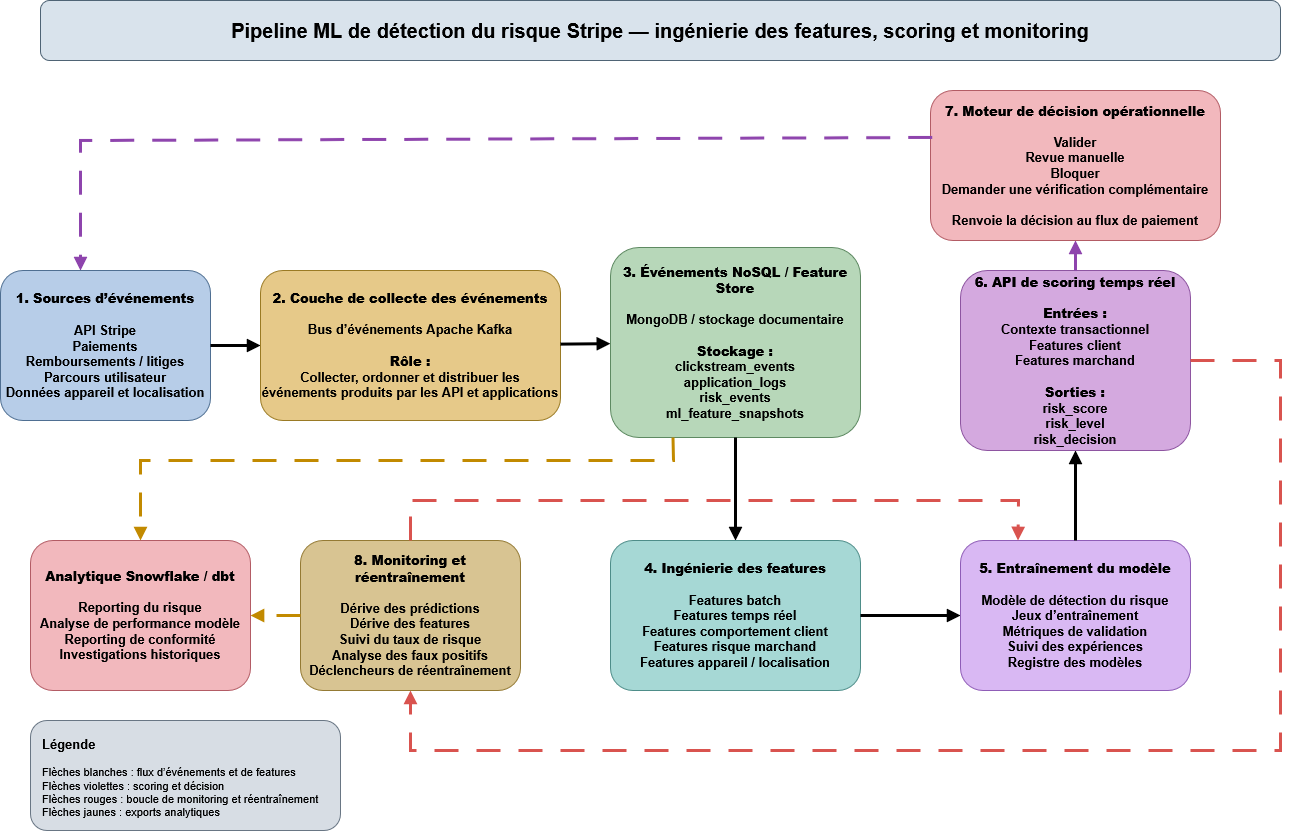
mathiascolson/AIA-Bloc-2_Stripe keeps this draw.io diagram as diagrams/07_ml_pipeline.png. Above is the earlier version. Source tidied: cells renumbered, new cells last; positions are measured from the earlier drawing's top-left corner, leaving out a move shared by most shapes.
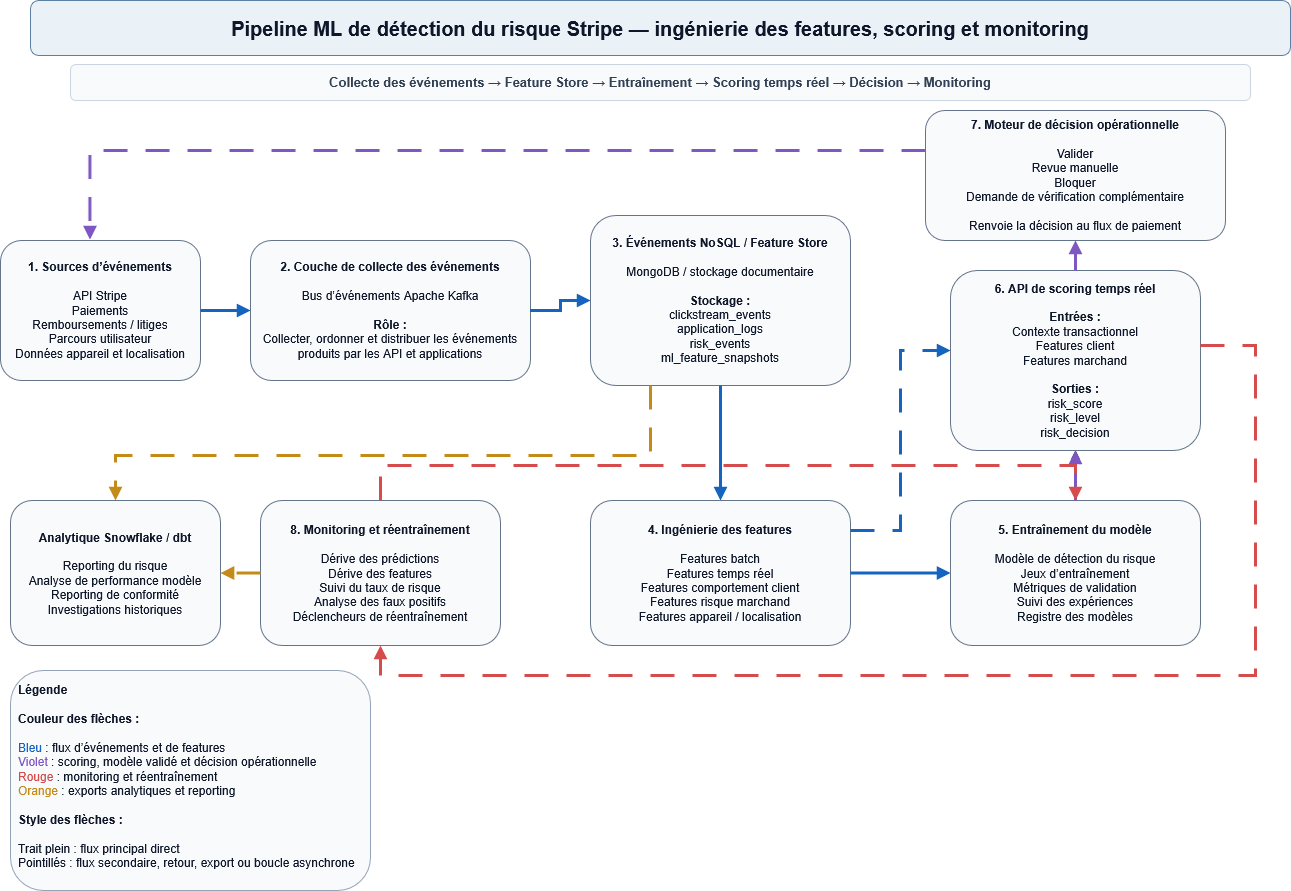
After the commit.

Commit message:
changements dans diagramme ML

Change to the diagram source:
```diff
@@ -1,93 +1,106 @@
-<mxGraphModel>
+<mxGraphModel background="#FFFFFF">
   <root>
     <mxCell id="0" />
     <mxCell id="1" parent="0" />
-    <mxCell id="2" value="Pipeline ML de détection du risque Stripe — ingénierie des features, scoring et monitoring" style="rounded=1;whiteSpace=wrap;html=1;fillColor=#d9e3ec;strokeColor=#4f6475;fontSize=20;fontStyle=1;align=center;verticalAlign=middle;" parent="1" vertex="1">
-      <mxGeometry x="40" width="1240" height="60" as="geometry" />
+    <mxCell id="2" value="Pipeline ML de détection du risque Stripe — ingénierie des features, scoring et monitoring" style="rounded=1;whiteSpace=wrap;html=1;fillColor=#EAF2F8;strokeColor=#5D7FA3;fontColor=#0F172A;fontSize=20;fontStyle=1;align=center;verticalAlign=middle;" parent="1" vertex="1">
+      <mxGeometry x="30" width="1260" height="55" as="geometry" />
     </mxCell>
+    <mxCell id="24" value="Collecte des événements → Feature Store → Entraînement → Scoring temps réel → Décision → Monitoring" style="rounded=1;whiteSpace=wrap;html=1;fillColor=#F8FAFC;strokeColor=#CBD5E1;fontColor=#334155;fontSize=13;fontStyle=1;align=center;verticalAlign=middle;" parent="1" vertex="1">
+      <mxGeometry x="70" y="64" width="1180" height="36" as="geometry" />
+    </mxCell>
-    <mxCell id="3" value="&lt;div&gt;&lt;b&gt;1. Sources d’événements&lt;/b&gt;&lt;/div&gt;&lt;div&gt;&lt;b&gt;&lt;br&gt;&lt;/b&gt;&lt;/div&gt;&lt;span&gt;API Stripe&lt;/span&gt;&lt;br&gt;&lt;span&gt;Paiements&lt;/span&gt;&lt;br&gt;&lt;span&gt;Remboursements / litiges&lt;/span&gt;&lt;br&gt;&lt;span&gt;Parcours utilisateur&lt;/span&gt;&lt;br&gt;&lt;span&gt;Données appareil et localisation&lt;/span&gt;" style="rounded=1;whiteSpace=wrap;html=1;fillColor=#b7cde8;strokeColor=#4f6f92;fontSize=13;fontStyle=1;align=center;verticalAlign=middle;" parent="1" vertex="1">
-      <mxGeometry y="270" width="210" height="150" as="geometry" />
+    <mxCell id="3" value="&lt;b&gt;1. Sources d’événements&lt;/b&gt;&lt;br&gt;&lt;br&gt;API Stripe&lt;br&gt;Paiements&lt;br&gt;Remboursements / litiges&lt;br&gt;Parcours utilisateur&lt;br&gt;Données appareil et localisation" style="rounded=1;whiteSpace=wrap;html=1;fillColor=#F8FAFC;strokeColor=#64748B;fontColor=#0F172A;fontSize=12;align=center;verticalAlign=middle;spacing=6;" parent="1" vertex="1">
+      <mxGeometry y="240" width="200" height="140" as="geometry" />
     </mxCell>
-    <mxCell id="4" value="&lt;b&gt;2. Couche de collecte des événements&lt;/b&gt;&lt;br&gt;&lt;br&gt;Bus d’événements Apache Kafka&lt;br&gt;&lt;br&gt;&lt;b&gt;Rôle :&lt;/b&gt;&lt;br&gt;Collecter, ordonner et distribuer les événements produits par les API et applications" style="rounded=1;whiteSpace=wrap;html=1;fillColor=#e6c989;strokeColor=#9a7a24;fontSize=13;fontStyle=1;align=center;verticalAlign=middle;" parent="1" vertex="1">
-      <mxGeometry x="260" y="270" width="300" height="150" as="geometry" />
+    <mxCell id="4" value="&lt;b&gt;2. Couche de collecte des événements&lt;/b&gt;&lt;br&gt;&lt;br&gt;Bus d’événements Apache Kafka&lt;br&gt;&lt;br&gt;&lt;b&gt;Rôle :&lt;/b&gt;&lt;br&gt;Collecter, ordonner et distribuer les événements produits par les API et applications" style="rounded=1;whiteSpace=wrap;html=1;fillColor=#F8FAFC;strokeColor=#64748B;fontColor=#0F172A;fontSize=12;align=center;verticalAlign=middle;spacing=6;" parent="1" vertex="1">
+      <mxGeometry x="250" y="240" width="280" height="140" as="geometry" />
     </mxCell>
-    <mxCell id="5" value="&lt;b&gt;3. Événements NoSQL / Feature Store&lt;/b&gt;&lt;br&gt;&lt;br&gt;MongoDB / stockage documentaire&lt;br&gt;&lt;br&gt;&lt;b&gt;Stockage :&lt;/b&gt;&lt;br&gt;clickstream_events&lt;br&gt;application_logs&lt;br&gt;risk_events&lt;br&gt;ml_feature_snapshots" style="rounded=1;whiteSpace=wrap;html=1;fillColor=#b7d7b9;strokeColor=#5e8a62;fontSize=13;fontStyle=1;align=center;verticalAlign=middle;" parent="1" vertex="1">
-      <mxGeometry x="610" y="247" width="250" height="190" as="geometry" />
+    <mxCell id="5" value="&lt;b&gt;3. Événements NoSQL / Feature Store&lt;/b&gt;&lt;br&gt;&lt;br&gt;MongoDB / stockage documentaire&lt;br&gt;&lt;br&gt;&lt;b&gt;Stockage :&lt;/b&gt;&lt;br&gt;clickstream_events&lt;br&gt;application_logs&lt;br&gt;risk_events&lt;br&gt;ml_feature_snapshots" style="rounded=1;whiteSpace=wrap;html=1;fillColor=#F8FAFC;strokeColor=#64748B;fontColor=#0F172A;fontSize=12;align=center;verticalAlign=middle;spacing=6;" parent="1" vertex="1">
+      <mxGeometry x="590" y="215" width="260" height="170" as="geometry" />
     </mxCell>
-    <mxCell id="6" value="&lt;b&gt;4. Ingénierie des features&lt;/b&gt;&lt;br&gt;&lt;br&gt;Features batch&lt;br&gt;Features temps réel&lt;br&gt;Features comportement client&lt;br&gt;Features risque marchand&lt;br&gt;Features appareil / localisation" style="rounded=1;whiteSpace=wrap;html=1;fillColor=#a6d8d5;strokeColor=#4e8d89;fontSize=13;fontStyle=1;align=center;verticalAlign=middle;" parent="1" vertex="1">
-      <mxGeometry x="610" y="540" width="250" height="150" as="geometry" />
+    <mxCell id="6" value="&lt;b&gt;4. Ingénierie des features&lt;/b&gt;&lt;br&gt;&lt;br&gt;Features batch&lt;br&gt;Features temps réel&lt;br&gt;Features comportement client&lt;br&gt;Features risque marchand&lt;br&gt;Features appareil / localisation" style="rounded=1;whiteSpace=wrap;html=1;fillColor=#F8FAFC;strokeColor=#64748B;fontColor=#0F172A;fontSize=12;align=center;verticalAlign=middle;spacing=6;" parent="1" vertex="1">
+      <mxGeometry x="590" y="500" width="260" height="145" as="geometry" />
     </mxCell>
+    <mxCell id="25" style="edgeStyle=orthogonalEdgeStyle;rounded=0;jettySize=auto;html=1;" parent="1" edge="1" source="7" target="8">
+      <mxGeometry relative="1" as="geometry" />
+    </mxCell>
-    <mxCell id="7" value="&lt;b&gt;5. Entraînement du modèle&lt;/b&gt;&lt;br&gt;&lt;br&gt;Modèle de détection du risque&lt;br&gt;Jeux d’entraînement&lt;br&gt;Métriques de validation&lt;br&gt;Suivi des expériences&lt;br&gt;Registre des modèles" style="rounded=1;whiteSpace=wrap;html=1;fillColor=#d9b8f3;strokeColor=#8f5db7;fontSize=13;fontStyle=1;align=center;verticalAlign=middle;" parent="1" vertex="1">
-      <mxGeometry x="960" y="540" width="230" height="150" as="geometry" />
+    <mxCell id="7" value="&lt;b&gt;5. Entraînement du modèle&lt;/b&gt;&lt;br&gt;&lt;br&gt;Modèle de détection du risque&lt;br&gt;Jeux d’entraînement&lt;br&gt;Métriques de validation&lt;br&gt;Suivi des expériences&lt;br&gt;Registre des modèles" style="rounded=1;whiteSpace=wrap;html=1;fillColor=#F8FAFC;strokeColor=#64748B;fontColor=#0F172A;fontSize=12;align=center;verticalAlign=middle;spacing=6;" parent="1" vertex="1">
+      <mxGeometry x="950" y="500" width="250" height="145" as="geometry" />
     </mxCell>
-    <mxCell id="8" value="&lt;b&gt;6. API de scoring temps réel&lt;/b&gt;&lt;br&gt;&lt;br&gt;&lt;b&gt;Entrées :&lt;/b&gt;&lt;br&gt;Contexte transactionnel&lt;br&gt;Features client&lt;br&gt;Features marchand&lt;br&gt;&lt;br&gt;&lt;b&gt;Sorties :&lt;/b&gt;&lt;br&gt;risk_score&lt;br&gt;risk_level&lt;br&gt;risk_decision" style="rounded=1;whiteSpace=wrap;html=1;fillColor=#d4a9df;strokeColor=#8e55a1;fontSize=13;fontStyle=1;align=center;verticalAlign=middle;" parent="1" vertex="1">
-      <mxGeometry x="960" y="270" width="230" height="180" as="geometry" />
+    <mxCell id="8" value="&lt;b&gt;6. API de scoring temps réel&lt;/b&gt;&lt;br&gt;&lt;br&gt;&lt;b&gt;Entrées :&lt;/b&gt;&lt;br&gt;Contexte transactionnel&lt;br&gt;Features client&lt;br&gt;Features marchand&lt;br&gt;&lt;br&gt;&lt;b&gt;Sorties :&lt;/b&gt;&lt;br&gt;risk_score&lt;br&gt;risk_level&lt;br&gt;risk_decision" style="rounded=1;whiteSpace=wrap;html=1;fillColor=#F8FAFC;strokeColor=#64748B;fontColor=#0F172A;fontSize=12;align=center;verticalAlign=middle;spacing=6;" parent="1" vertex="1">
+      <mxGeometry x="950" y="270" width="250" height="180" as="geometry" />
     </mxCell>
-    <mxCell id="9" value="&lt;b&gt;7. Moteur de décision opérationnelle&lt;/b&gt;&lt;br&gt;&lt;br&gt;Valider&lt;br&gt;Revue manuelle&lt;br&gt;Bloquer&lt;br&gt;Demander une vérification complémentaire&lt;br&gt;&lt;br&gt;Renvoie la décision au flux de paiement" style="rounded=1;whiteSpace=wrap;html=1;fillColor=#f2b8bd;strokeColor=#b35c65;fontSize=13;fontStyle=1;align=center;verticalAlign=middle;" parent="1" vertex="1">
-      <mxGeometry x="930" y="90" width="290" height="150" as="geometry" />
-    </mxCell>
+    <mxCell id="26" value="&lt;b&gt;7. Moteur de décision opérationnelle&lt;/b&gt;&lt;br&gt;&lt;br&gt;Valider&lt;br&gt;Revue manuelle&lt;br&gt;Bloquer&lt;br&gt;Demande de vérification complémentaire&lt;br&gt;&lt;br&gt;Renvoie la décision au flux de paiement" style="rounded=1;whiteSpace=wrap;html=1;fillColor=#F8FAFC;strokeColor=#64748B;fontColor=#0F172A;fontSize=12;align=center;verticalAlign=middle;spacing=6;" parent="1" vertex="1">
+      <mxGeometry x="925" y="110" width="300" height="130" as="geometry" />
+    </mxCell>
-    <mxCell id="10" value="&lt;b&gt;8. Monitoring et réentraînement&lt;/b&gt;&lt;br&gt;&lt;br&gt;Dérive des prédictions&lt;br&gt;Dérive des features&lt;br&gt;Suivi du taux de risque&lt;br&gt;Analyse des faux positifs&lt;br&gt;Déclencheurs de réentraînement" style="rounded=1;whiteSpace=wrap;html=1;fillColor=#d8c492;strokeColor=#947a34;fontSize=13;fontStyle=1;align=center;verticalAlign=middle;" parent="1" vertex="1">
-      <mxGeometry x="300" y="540" width="220" height="150" as="geometry" />
+    <mxCell id="10" value="&lt;b&gt;8. Monitoring et réentraînement&lt;/b&gt;&lt;br&gt;&lt;br&gt;Dérive des prédictions&lt;br&gt;Dérive des features&lt;br&gt;Suivi du taux de risque&lt;br&gt;Analyse des faux positifs&lt;br&gt;Déclencheurs de réentraînement" style="rounded=1;whiteSpace=wrap;html=1;fillColor=#F8FAFC;strokeColor=#64748B;fontColor=#0F172A;fontSize=12;align=center;verticalAlign=middle;spacing=6;" parent="1" vertex="1">
+      <mxGeometry x="260" y="500" width="240" height="145" as="geometry" />
     </mxCell>
-    <mxCell id="11" value="&lt;b&gt;Analytique Snowflake / dbt&lt;/b&gt;&lt;br&gt;&lt;br&gt;Reporting du risque&lt;br&gt;Analyse de performance modèle&lt;br&gt;Reporting de conformité&lt;br&gt;Investigations historiques" style="rounded=1;whiteSpace=wrap;html=1;fillColor=#f2b8bd;strokeColor=#b35c65;fontSize=13;fontStyle=1;align=center;verticalAlign=middle;" parent="1" vertex="1">
-      <mxGeometry x="30" y="540" width="220" height="150" as="geometry" />
+    <mxCell id="11" value="&lt;b&gt;Analytique Snowflake / dbt&lt;/b&gt;&lt;br&gt;&lt;br&gt;Reporting du risque&lt;br&gt;Analyse de performance modèle&lt;br&gt;Reporting de conformité&lt;br&gt;Investigations historiques" style="rounded=1;whiteSpace=wrap;html=1;fillColor=#F8FAFC;strokeColor=#64748B;fontColor=#0F172A;fontSize=12;align=center;verticalAlign=middle;spacing=6;" parent="1" vertex="1">
+      <mxGeometry x="10" y="500" width="210" height="145" as="geometry" />
     </mxCell>
-    <mxCell id="12" value="&lt;b&gt;&lt;font style=&quot;font-size: 13px;&quot;&gt;Légende&lt;/font&gt;&lt;/b&gt;&lt;br&gt;&lt;br&gt;Flèches blanches : flux d’événements et de features&lt;br&gt;Flèches violettes : scoring et décision&lt;br&gt;Flèches rouges : boucle de monitoring et réentraînement&lt;br&gt;Flèches jaunes : exports analytiques" style="rounded=1;whiteSpace=wrap;html=1;fillColor=#d7dde4;strokeColor=#697684;fontSize=11;align=left;verticalAlign=top;spacing=12;" parent="1" vertex="1">
-      <mxGeometry x="30" y="720" width="310" height="110" as="geometry" />
+    <mxCell id="12" value="&lt;b&gt;Légende&lt;/b&gt;&lt;br&gt;&lt;br&gt;&lt;div&gt;&lt;b&gt;Couleur des flèches :&lt;/b&gt;&lt;/div&gt;&lt;div&gt;&lt;b&gt;&lt;br&gt;&lt;/b&gt;&lt;/div&gt;&lt;font color=&quot;#1565C0&quot;&gt;Bleu&lt;/font&gt; : flux d’événements et de features&lt;br&gt;&lt;font color=&quot;#7E57C2&quot;&gt;Violet&lt;/font&gt; : scoring, modèle validé et décision opérationnelle&lt;br&gt;&lt;font color=&quot;#D64C4C&quot;&gt;Rouge&lt;/font&gt; : monitoring et réentraînement&lt;br&gt;&lt;font color=&quot;#C58B19&quot;&gt;Orange&lt;/font&gt; : exports analytiques et reporting&lt;br&gt;&lt;br&gt;&lt;div&gt;&lt;b&gt;Style des flèches :&lt;/b&gt;&lt;/div&gt;&lt;div&gt;&lt;b&gt;&lt;br&gt;&lt;/b&gt;&lt;/div&gt;Trait plein : flux principal direct&lt;br&gt;Pointillés : flux secondaire, retour, export ou boucle asynchrone" style="rounded=1;whiteSpace=wrap;html=1;fillColor=#F8FAFC;strokeColor=#94A3B8;fontColor=#0F172A;fontSize=12;align=left;verticalAlign=top;spacing=8;" parent="1" vertex="1">
+      <mxGeometry x="10" y="670" width="360" height="220" as="geometry" />
     </mxCell>
-    <mxCell id="13" style="endArrow=block;html=1;rounded=0;strokeWidth=3;strokeColor=#000000;" parent="1" edge="1" source="3" target="4">
+    <mxCell id="13" style="edgeStyle=orthogonalEdgeStyle;rounded=0;html=1;endArrow=block;endFill=1;strokeWidth=3;strokeColor=#1565C0;" parent="1" edge="1" source="3" target="4">
       <mxGeometry relative="1" as="geometry" />
     </mxCell>
-    <mxCell id="14" style="endArrow=block;html=1;rounded=0;strokeWidth=3;strokeColor=#000000;" parent="1" edge="1" source="4" target="5">
+    <mxCell id="14" style="edgeStyle=orthogonalEdgeStyle;rounded=0;html=1;endArrow=block;endFill=1;strokeWidth=3;strokeColor=#1565C0;" parent="1" edge="1" source="4" target="5">
       <mxGeometry relative="1" as="geometry" />
     </mxCell>
-    <mxCell id="15" style="endArrow=block;html=1;rounded=0;strokeWidth=3;strokeColor=#000000;" parent="1" edge="1" source="5" target="6">
+    <mxCell id="15" style="edgeStyle=orthogonalEdgeStyle;rounded=0;html=1;endArrow=block;endFill=1;strokeWidth=3;strokeColor=#1565C0;" parent="1" edge="1" source="5" target="6">
       <mxGeometry relative="1" as="geometry" />
     </mxCell>
-    <mxCell id="16" style="endArrow=block;html=1;rounded=0;strokeWidth=3;strokeColor=#000000;" parent="1" edge="1" source="6" target="7">
+    <mxCell id="16" style="edgeStyle=orthogonalEdgeStyle;rounded=0;html=1;endArrow=block;endFill=1;strokeWidth=3;strokeColor=#1565C0;" parent="1" edge="1" source="6" target="7">
       <mxGeometry relative="1" as="geometry" />
     </mxCell>
-    <mxCell id="17" style="endArrow=block;html=1;rounded=0;strokeWidth=3;strokeColor=#000000;" parent="1" edge="1" source="7" target="8">
-      <mxGeometry relative="1" as="geometry" />
+    <mxCell id="17" style="edgeStyle=orthogonalEdgeStyle;rounded=0;html=1;dashed=1;dashPattern=8 6;endArrow=block;endFill=1;strokeWidth=3;strokeColor=#1565C0;" parent="1" edge="1" source="6" target="8">
+      <mxGeometry relative="1" as="geometry">
+        <Array as="points">
+          <mxPoint x="900" y="530" />
+          <mxPoint x="900" y="350" />
+        </Array>
+      </mxGeometry>
     </mxCell>
-    <mxCell id="18" style="endArrow=block;html=1;rounded=0;strokeWidth=3;strokeColor=#8e44ad;dashed=1;dashPattern=8 6;" parent="1" edge="1" source="8" target="9">
+    <mxCell id="18" style="edgeStyle=orthogonalEdgeStyle;rounded=0;html=1;endArrow=block;endFill=1;strokeWidth=3;strokeColor=#7E57C2;" parent="1" edge="1" source="7" target="8">
       <mxGeometry relative="1" as="geometry" />
     </mxCell>
-    <mxCell id="19" style="endArrow=block;html=1;rounded=0;strokeWidth=3;strokeColor=#8e44ad;dashed=1;dashPattern=8 6;exitX=0.006;exitY=0.313;exitDx=0;exitDy=0;exitPerimeter=0;" parent="1" edge="1" source="9" target="3">
-      <mxGeometry relative="1" as="geometry">
-        <Array as="points">
-          <mxPoint x="80" y="140" />
-          <mxPoint x="80" y="270" />
-        </Array>
-      </mxGeometry>
+    <mxCell id="19" style="edgeStyle=orthogonalEdgeStyle;rounded=0;html=1;endArrow=block;endFill=1;strokeWidth=3;strokeColor=#7E57C2;" parent="1" edge="1" source="8" target="26">
+      <mxGeometry relative="1" as="geometry" />
     </mxCell>
-    <mxCell id="20" style="endArrow=block;html=1;rounded=0;strokeWidth=3;strokeColor=#d9534f;dashed=1;dashPattern=8 6;exitX=1;exitY=0.5;exitDx=0;exitDy=0;" parent="1" edge="1" source="8" target="10">
+    <mxCell id="20" style="edgeStyle=orthogonalEdgeStyle;rounded=0;html=1;dashed=1;dashPattern=8 6;endArrow=block;endFill=1;strokeWidth=3;strokeColor=#7E57C2;entryX=0.447;entryY=-0.007;entryDx=0;entryDy=0;entryPerimeter=0;" parent="1" edge="1" source="26" target="3">
       <mxGeometry relative="1" as="geometry">
         <Array as="points">
-          <mxPoint x="1280" y="360" />
-          <mxPoint x="1280" y="750" />
-          <mxPoint x="410" y="750" />
+          <mxPoint x="90" y="150" />
         </Array>
       </mxGeometry>
     </mxCell>
-    <mxCell id="21" style="endArrow=block;html=1;rounded=0;strokeWidth=3;strokeColor=#d9534f;dashed=1;dashPattern=8 6;entryX=0.25;entryY=0;entryDx=0;entryDy=0;" parent="1" edge="1" source="10" target="7">
+    <mxCell id="21" style="edgeStyle=orthogonalEdgeStyle;rounded=0;html=1;dashed=1;dashPattern=8 6;endArrow=block;endFill=1;strokeWidth=3;strokeColor=#D64C4C;" parent="1" edge="1" source="8" target="10">
       <mxGeometry relative="1" as="geometry">
         <Array as="points">
-          <mxPoint x="410" y="500" />
-          <mxPoint x="1018" y="500" />
+          <mxPoint x="1255" y="345" />
+          <mxPoint x="1255" y="675" />
+          <mxPoint x="380" y="675" />
         </Array>
       </mxGeometry>
     </mxCell>
-    <mxCell id="22" style="endArrow=block;html=1;rounded=0;strokeWidth=3;strokeColor=#c28a00;dashed=1;dashPattern=8 6;exitX=0.25;exitY=1;exitDx=0;exitDy=0;" parent="1" edge="1" source="5" target="11">
+    <mxCell id="22" style="edgeStyle=orthogonalEdgeStyle;rounded=0;html=1;dashed=1;dashPattern=8 6;endArrow=block;endFill=1;strokeWidth=3;strokeColor=#D64C4C;" parent="1" edge="1" source="10" target="7">
       <mxGeometry relative="1" as="geometry">
         <Array as="points">
-          <mxPoint x="673" y="460" />
-          <mxPoint x="140" y="460" />
+          <mxPoint x="380" y="465" />
+          <mxPoint x="1075" y="465" />
         </Array>
       </mxGeometry>
     </mxCell>
-    <mxCell id="23" style="endArrow=block;html=1;rounded=0;strokeWidth=3;strokeColor=#c28a00;dashed=1;dashPattern=8 6;" parent="1" edge="1" source="10" target="11">
-      <mxGeometry relative="1" as="geometry" />
+    <mxCell id="23" style="edgeStyle=orthogonalEdgeStyle;rounded=0;html=1;dashed=1;dashPattern=8 6;endArrow=block;endFill=1;strokeWidth=3;strokeColor=#C58B19;" parent="1" edge="1" source="5" target="11">
+      <mxGeometry relative="1" as="geometry">
+        <Array as="points">
+          <mxPoint x="650" y="455" />
+          <mxPoint x="115" y="455" />
+        </Array>
+      </mxGeometry>
     </mxCell>
+    <mxCell id="27" style="edgeStyle=orthogonalEdgeStyle;rounded=0;html=1;dashed=1;dashPattern=8 6;endArrow=block;endFill=1;strokeWidth=3;strokeColor=#C58B19;" parent="1" edge="1" source="10" target="11">
+      <mxGeometry relative="1" as="geometry" />
+    </mxCell>
   </root>
 </mxGraphModel>
```
